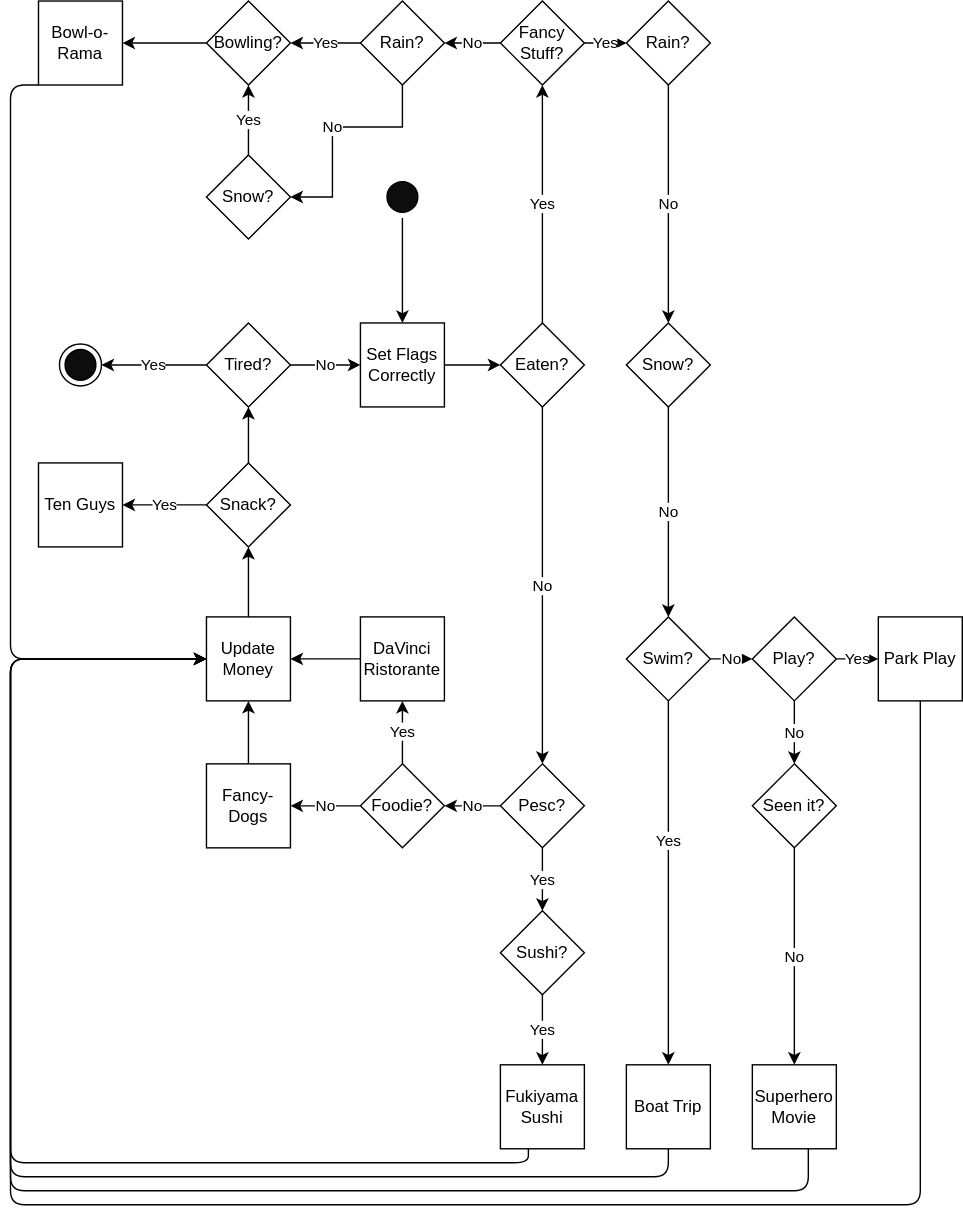
Earlier version of the draw.io export date-night-dilemma.drawio.svg (yewscion/yewscion). Source tidied: cells renumbered, new cells last; positions are measured from the earlier drawing's top-left corner, leaving out a move shared by most shapes.
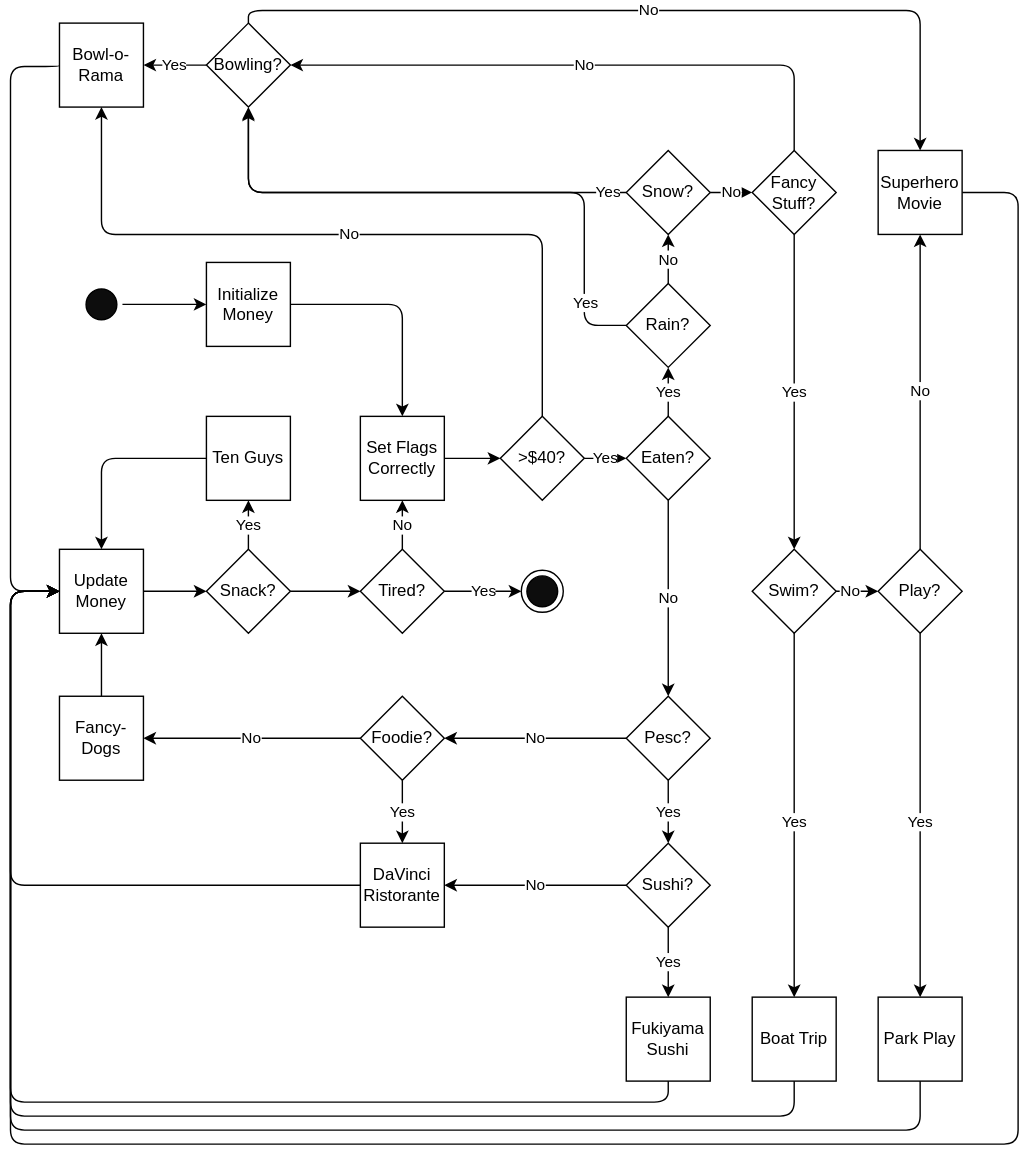
After the commit.

What changed in the source:
```diff
@@ -4,20 +4,26 @@
     <mxCell id="1" parent="0" />
-    <mxCell id="2" style="edgeStyle=orthogonalEdgeStyle;rounded=0;sketch=0;jettySize=auto;html=1;" parent="1" edge="1" source="3" target="44">
-      <mxGeometry relative="1" as="geometry" />
-    </mxCell>
+    <mxCell id="63" style="edgeStyle=orthogonalEdgeStyle;sketch=0;jettySize=auto;html=1;" parent="1" edge="1" source="3" target="80">
+      <mxGeometry relative="1" as="geometry" />
+    </mxCell>
     <mxCell id="3" style="ellipse;html=1;shape=startState;fillColor=#0D0D0D;rounded=0;" parent="1" vertex="1">
-      <mxGeometry x="265" y="125" width="30" height="30" as="geometry" />
+      <mxGeometry x="50" y="415" width="30" height="30" as="geometry" />
     </mxCell>
-    <mxCell id="4" style="edgeStyle=orthogonalEdgeStyle;sketch=0;jettySize=auto;html=1;" parent="1" edge="1" source="5" target="60">
-      <mxGeometry relative="1" as="geometry" />
+    <mxCell id="4" style="edgeStyle=orthogonalEdgeStyle;sketch=0;jettySize=auto;html=1;entryX=0;entryY=0.5;entryDx=0;entryDy=0;" parent="1" edge="1" source="5" target="60">
+      <mxGeometry relative="1" as="geometry">
+        <Array as="points">
+          <mxPoint y="845" />
+          <mxPoint y="635" />
+        </Array>
+      </mxGeometry>
     </mxCell>
     <mxCell id="5" value="&lt;div&gt;DaVinci&lt;/div&gt;&lt;div&gt;Ristorante&lt;br&gt;&lt;/div&gt;" style="rounded=0;whiteSpace=wrap;html=1;" parent="1" vertex="1">
-      <mxGeometry x="250" y="440" width="60" height="60" as="geometry" />
+      <mxGeometry x="250" y="815" width="60" height="60" as="geometry" />
     </mxCell>
-    <mxCell id="6" style="edgeStyle=orthogonalEdgeStyle;sketch=0;jettySize=auto;html=1;" parent="1" edge="1" source="7" target="60">
+    <mxCell id="6" style="edgeStyle=orthogonalEdgeStyle;sketch=0;jettySize=auto;html=1;exitX=1;exitY=0.5;exitDx=0;exitDy=0;" parent="1" edge="1" source="7" target="60">
       <mxGeometry relative="1" as="geometry">
         <Array as="points">
-          <mxPoint x="570" y="850" />
-          <mxPoint y="850" />
-          <mxPoint y="470" />
+          <mxPoint x="720" y="350" />
+          <mxPoint x="720" y="1030" />
+          <mxPoint y="1030" />
+          <mxPoint y="635" />
         </Array>
@@ -26,10 +32,10 @@
     <mxCell id="7" value="&lt;div&gt;Superhero&lt;/div&gt;&lt;div&gt;Movie&lt;br&gt;&lt;/div&gt;" style="rounded=0;whiteSpace=wrap;html=1;" parent="1" vertex="1">
-      <mxGeometry x="530" y="760" width="60" height="60" as="geometry" />
+      <mxGeometry x="620" y="320" width="60" height="60" as="geometry" />
     </mxCell>
-    <mxCell id="8" style="edgeStyle=orthogonalEdgeStyle;sketch=0;jettySize=auto;html=1;entryX=0;entryY=0.5;entryDx=0;entryDy=0;exitX=0.5;exitY=1;exitDx=0;exitDy=0;" parent="1" edge="1" source="9" target="60">
+    <mxCell id="8" style="edgeStyle=orthogonalEdgeStyle;sketch=0;jettySize=auto;html=1;exitX=0.5;exitY=1;exitDx=0;exitDy=0;entryX=0;entryY=0.5;entryDx=0;entryDy=0;" parent="1" edge="1" source="9" target="60">
       <mxGeometry relative="1" as="geometry">
         <Array as="points">
-          <mxPoint x="650" y="860" />
-          <mxPoint y="860" />
-          <mxPoint y="470" />
+          <mxPoint x="650" y="1020" />
+          <mxPoint y="1020" />
+          <mxPoint y="635" />
         </Array>
@@ -38,3 +44,3 @@
     <mxCell id="9" value="Park Play" style="rounded=0;whiteSpace=wrap;html=1;" parent="1" vertex="1">
-      <mxGeometry x="620" y="440" width="60" height="60" as="geometry" />
+      <mxGeometry x="620" y="925" width="60" height="60" as="geometry" />
     </mxCell>
@@ -43,5 +49,5 @@
         <Array as="points">
-          <mxPoint x="370" y="830" />
-          <mxPoint y="830" />
-          <mxPoint y="470" />
+          <mxPoint x="470" y="1000" />
+          <mxPoint y="1000" />
+          <mxPoint y="635" />
         </Array>
@@ -50,3 +56,3 @@
     <mxCell id="11" value="Fukiyama Sushi" style="rounded=0;whiteSpace=wrap;html=1;" parent="1" vertex="1">
-      <mxGeometry x="350" y="760" width="60" height="60" as="geometry" />
+      <mxGeometry x="440" y="925" width="60" height="60" as="geometry" />
     </mxCell>
@@ -55,5 +61,5 @@
         <Array as="points">
-          <mxPoint x="470" y="840" />
-          <mxPoint y="840" />
-          <mxPoint y="470" />
+          <mxPoint x="560" y="1010" />
+          <mxPoint y="1010" />
+          <mxPoint y="635" />
         </Array>
@@ -62,9 +68,10 @@
     <mxCell id="13" value="Boat Trip" style="rounded=0;whiteSpace=wrap;html=1;" parent="1" vertex="1">
-      <mxGeometry x="440" y="760" width="60" height="60" as="geometry" />
+      <mxGeometry x="530" y="925" width="60" height="60" as="geometry" />
     </mxCell>
-    <mxCell id="14" style="edgeStyle=orthogonalEdgeStyle;sketch=0;jettySize=auto;html=1;entryX=0;entryY=0.5;entryDx=0;entryDy=0;" parent="1" edge="1" source="15" target="60">
+    <mxCell id="14" style="edgeStyle=orthogonalEdgeStyle;sketch=0;jettySize=auto;html=1;entryX=0;entryY=0.5;entryDx=0;entryDy=0;exitX=0;exitY=0.5;exitDx=0;exitDy=0;" parent="1" edge="1" source="15" target="60">
       <mxGeometry relative="1" as="geometry">
         <Array as="points">
-          <mxPoint y="60" />
-          <mxPoint y="470" />
+          <mxPoint x="35" y="260" />
+          <mxPoint y="260" />
+          <mxPoint y="635" />
         </Array>
@@ -73,3 +80,3 @@
     <mxCell id="15" value="Bowl-o-Rama" style="rounded=0;whiteSpace=wrap;html=1;" parent="1" vertex="1">
-      <mxGeometry x="20" width="60" height="60" as="geometry" />
+      <mxGeometry x="35" y="229" width="60" height="60" as="geometry" />
     </mxCell>
@@ -79,6 +86,9 @@
     <mxCell id="17" value="Fancy-Dogs" style="rounded=0;whiteSpace=wrap;html=1;" parent="1" vertex="1">
-      <mxGeometry x="140" y="545" width="60" height="60" as="geometry" />
+      <mxGeometry x="35" y="710" width="60" height="60" as="geometry" />
     </mxCell>
+    <mxCell id="64" style="edgeStyle=orthogonalEdgeStyle;sketch=0;jettySize=auto;html=1;entryX=0.5;entryY=0;entryDx=0;entryDy=0;" parent="1" edge="1" source="18" target="60">
+      <mxGeometry relative="1" as="geometry" />
+    </mxCell>
     <mxCell id="18" value="Ten Guys" style="rounded=0;whiteSpace=wrap;html=1;" parent="1" vertex="1">
-      <mxGeometry x="20" y="330" width="60" height="60" as="geometry" />
+      <mxGeometry x="140" y="510" width="60" height="60" as="geometry" />
     </mxCell>
@@ -91,3 +101,3 @@
     <mxCell id="21" value="&lt;div&gt;Tired?&lt;br&gt;&lt;/div&gt;" style="rhombus;whiteSpace=wrap;html=1;rounded=0;" parent="1" vertex="1">
-      <mxGeometry x="140" y="230" width="60" height="60" as="geometry" />
+      <mxGeometry x="250" y="605" width="60" height="60" as="geometry" />
     </mxCell>
@@ -100,3 +110,3 @@
     <mxCell id="24" value="Pesc?" style="rhombus;whiteSpace=wrap;html=1;rounded=0;" parent="1" vertex="1">
-      <mxGeometry x="350" y="545" width="60" height="60" as="geometry" />
+      <mxGeometry x="440" y="710" width="60" height="60" as="geometry" />
     </mxCell>
@@ -105,4 +115,7 @@
     </mxCell>
+    <mxCell id="65" value="No" style="edgeStyle=orthogonalEdgeStyle;sketch=0;jettySize=auto;html=1;" parent="1" edge="1" source="26" target="5">
+      <mxGeometry relative="1" as="geometry" />
+    </mxCell>
     <mxCell id="26" value="Sushi?" style="rhombus;whiteSpace=wrap;html=1;rounded=0;" parent="1" vertex="1">
-      <mxGeometry x="350" y="650" width="60" height="60" as="geometry" />
+      <mxGeometry x="440" y="815" width="60" height="60" as="geometry" />
     </mxCell>
@@ -111,16 +124,26 @@
     </mxCell>
-    <mxCell id="28" value="Yes" style="edgeStyle=orthogonalEdgeStyle;sketch=0;jettySize=auto;html=1;" parent="1" edge="1" source="29" target="48">
-      <mxGeometry relative="1" as="geometry" />
-    </mxCell>
+    <mxCell id="66" value="Yes" style="edgeStyle=orthogonalEdgeStyle;sketch=0;jettySize=auto;html=1;" parent="1" edge="1" source="29" target="57">
+      <mxGeometry relative="1" as="geometry" />
+    </mxCell>
     <mxCell id="29" value="Eaten?" style="rhombus;whiteSpace=wrap;html=1;rounded=0;" parent="1" vertex="1">
-      <mxGeometry x="350" y="230" width="60" height="60" as="geometry" />
+      <mxGeometry x="440" y="510" width="60" height="60" as="geometry" />
     </mxCell>
-    <mxCell id="30" value="No" style="edgeStyle=orthogonalEdgeStyle;rounded=0;sketch=0;jettySize=auto;html=1;" parent="1" edge="1" source="58" target="7">
-      <mxGeometry relative="1" as="geometry" />
-    </mxCell>
-    <mxCell id="31" style="edgeStyle=orthogonalEdgeStyle;sketch=0;jettySize=auto;html=1;" parent="1" edge="1" source="32" target="15">
+    <mxCell id="31" value="Yes" style="edgeStyle=orthogonalEdgeStyle;sketch=0;jettySize=auto;html=1;" parent="1" edge="1" source="32" target="15">
       <mxGeometry relative="1" as="geometry" />
     </mxCell>
+    <mxCell id="67" value="&lt;div&gt;No&lt;/div&gt;" style="edgeStyle=orthogonalEdgeStyle;sketch=0;jettySize=auto;html=1;exitX=0.5;exitY=0;exitDx=0;exitDy=0;entryX=0.5;entryY=0;entryDx=0;entryDy=0;" parent="1" edge="1" source="32" target="7">
+      <mxGeometry relative="1" as="geometry">
+        <Array as="points">
+          <mxPoint x="170" y="220" />
+          <mxPoint x="650" y="220" />
+        </Array>
+      </mxGeometry>
+    </mxCell>
+    <mxCell id="68" style="edgeStyle=orthogonalEdgeStyle;sketch=0;jettySize=auto;html=1;exitX=0.5;exitY=1;exitDx=0;exitDy=0;" parent="1" edge="1" source="32">
+      <mxGeometry relative="1" as="geometry">
+        <mxPoint x="170" y="289" as="targetPoint" />
+      </mxGeometry>
+    </mxCell>
     <mxCell id="32" value="Bowling?" style="rhombus;whiteSpace=wrap;html=1;rounded=0;" parent="1" vertex="1">
-      <mxGeometry x="140" width="60" height="60" as="geometry" />
+      <mxGeometry x="140" y="229" width="60" height="60" as="geometry" />
     </mxCell>
@@ -136,8 +159,8 @@
     <mxCell id="36" value="Foodie?" style="rhombus;whiteSpace=wrap;html=1;rounded=0;" parent="1" vertex="1">
-      <mxGeometry x="250" y="545" width="60" height="60" as="geometry" />
+      <mxGeometry x="250" y="710" width="60" height="60" as="geometry" />
     </mxCell>
     <mxCell id="37" value="Yes" style="edgeStyle=orthogonalEdgeStyle;rounded=0;sketch=0;jettySize=auto;html=1;" parent="1" edge="1" source="39" target="9">
-      <mxGeometry relative="1" as="geometry" />
+      <mxGeometry x="0.04" relative="1" as="geometry" />
     </mxCell>
-    <mxCell id="38" value="No" style="edgeStyle=orthogonalEdgeStyle;rounded=0;sketch=0;jettySize=auto;html=1;" parent="1" edge="1" source="39" target="58">
+    <mxCell id="38" value="No" style="edgeStyle=orthogonalEdgeStyle;rounded=0;sketch=0;jettySize=auto;html=1;entryX=0.5;entryY=1;entryDx=0;entryDy=0;" parent="1" edge="1" source="39" target="7">
       <mxGeometry relative="1" as="geometry" />
@@ -145,58 +168,52 @@
     <mxCell id="39" value="Play?" style="rhombus;whiteSpace=wrap;html=1;rounded=0;" parent="1" vertex="1">
-      <mxGeometry x="530" y="440" width="60" height="60" as="geometry" />
+      <mxGeometry x="620" y="605" width="60" height="60" as="geometry" />
     </mxCell>
     <mxCell id="40" value="Yes" style="edgeStyle=orthogonalEdgeStyle;rounded=0;sketch=0;jettySize=auto;html=1;" parent="1" edge="1" target="13">
-      <mxGeometry relative="1" as="geometry">
-        <mxPoint x="470" y="440" as="sourcePoint" />
+      <mxGeometry x="0.22" relative="1" as="geometry">
+        <mxPoint x="560" y="605" as="sourcePoint" />
       </mxGeometry>
     </mxCell>
-    <mxCell id="41" value="&lt;div&gt;No&lt;/div&gt;" style="edgeStyle=orthogonalEdgeStyle;rounded=0;sketch=0;jettySize=auto;html=1;exitX=1;exitY=0.5;exitDx=0;exitDy=0;entryX=0;entryY=0.5;entryDx=0;entryDy=0;" parent="1" edge="1" source="42" target="39">
-      <mxGeometry relative="1" as="geometry" />
+    <mxCell id="41" value="No" style="edgeStyle=orthogonalEdgeStyle;sketch=0;jettySize=auto;html=1;" parent="1" edge="1" source="42" target="39">
+      <mxGeometry x="0.2" relative="1" as="geometry" />
     </mxCell>
     <mxCell id="42" value="Swim?" style="rhombus;whiteSpace=wrap;html=1;rounded=0;" parent="1" vertex="1">
-      <mxGeometry x="440" y="440" width="60" height="60" as="geometry" />
+      <mxGeometry x="530" y="605" width="60" height="60" as="geometry" />
     </mxCell>
-    <mxCell id="43" style="edgeStyle=orthogonalEdgeStyle;sketch=0;jettySize=auto;html=1;entryX=0;entryY=0.5;entryDx=0;entryDy=0;" parent="1" edge="1" source="44" target="29">
-      <mxGeometry relative="1" as="geometry" />
-    </mxCell>
+    <mxCell id="69" style="edgeStyle=orthogonalEdgeStyle;sketch=0;jettySize=auto;html=1;" parent="1" edge="1" source="44" target="78">
+      <mxGeometry relative="1" as="geometry" />
+    </mxCell>
     <mxCell id="44" value="Set Flags Correctly" style="rounded=0;whiteSpace=wrap;html=1;" parent="1" vertex="1">
-      <mxGeometry x="250" y="230" width="60" height="60" as="geometry" />
+      <mxGeometry x="250" y="510" width="60" height="60" as="geometry" />
     </mxCell>
     <mxCell id="45" style="ellipse;html=1;shape=endState;fillColor=#0D0D0D;rounded=0;" parent="1" vertex="1">
-      <mxGeometry x="35" y="245" width="30" height="30" as="geometry" />
+      <mxGeometry x="365" y="620" width="30" height="30" as="geometry" />
     </mxCell>
+    <mxCell id="70" value="Yes" style="edgeStyle=orthogonalEdgeStyle;sketch=0;jettySize=auto;html=1;entryX=0.5;entryY=0;entryDx=0;entryDy=0;" parent="1" edge="1" source="48" target="42">
+      <mxGeometry relative="1" as="geometry" />
+    </mxCell>
-    <mxCell id="46" value="No" style="edgeStyle=orthogonalEdgeStyle;sketch=0;jettySize=auto;html=1;entryX=1;entryY=0.5;entryDx=0;entryDy=0;" parent="1" edge="1" source="48" target="53">
-      <mxGeometry relative="1" as="geometry" />
+    <mxCell id="46" value="No" style="edgeStyle=orthogonalEdgeStyle;sketch=0;jettySize=auto;html=1;entryX=1;entryY=0.5;entryDx=0;entryDy=0;" parent="1" edge="1" source="48" target="32">
+      <mxGeometry relative="1" as="geometry">
+        <Array as="points">
+          <mxPoint x="560" y="259" />
+        </Array>
+      </mxGeometry>
     </mxCell>
-    <mxCell id="47" value="Yes" style="edgeStyle=orthogonalEdgeStyle;sketch=0;jettySize=auto;html=1;" parent="1" edge="1" source="48" target="57">
-      <mxGeometry relative="1" as="geometry" />
-    </mxCell>
     <mxCell id="48" value="&lt;div&gt;Fancy&lt;/div&gt;&lt;div&gt;Stuff?&lt;/div&gt;" style="rhombus;whiteSpace=wrap;html=1;rounded=0;" parent="1" vertex="1">
-      <mxGeometry x="350" width="60" height="60" as="geometry" />
+      <mxGeometry x="530" y="320" width="60" height="60" as="geometry" />
     </mxCell>
-    <mxCell id="49" value="Yes" style="edgeStyle=orthogonalEdgeStyle;rounded=0;sketch=0;jettySize=auto;html=1;entryX=0.5;entryY=1;entryDx=0;entryDy=0;exitX=0.5;exitY=0;exitDx=0;exitDy=0;" parent="1" edge="1" source="50" target="32">
-      <mxGeometry relative="1" as="geometry" />
-    </mxCell>
-    <mxCell id="50" value="Snow?" style="rhombus;whiteSpace=wrap;html=1;rounded=0;" parent="1" vertex="1">
-      <mxGeometry x="140" y="110" width="60" height="60" as="geometry" />
-    </mxCell>
-    <mxCell id="51" value="No" style="edgeStyle=orthogonalEdgeStyle;rounded=0;sketch=0;jettySize=auto;html=1;entryX=1;entryY=0.5;entryDx=0;entryDy=0;exitX=0.5;exitY=1;exitDx=0;exitDy=0;" parent="1" edge="1" source="53" target="50">
-      <mxGeometry relative="1" as="geometry">
-        <Array as="points">
-          <mxPoint x="230" y="90" />
-          <mxPoint x="230" y="140" />
-        </Array>
-      </mxGeometry>
-    </mxCell>
-    <mxCell id="52" value="Yes" style="edgeStyle=orthogonalEdgeStyle;rounded=0;sketch=0;jettySize=auto;html=1;entryX=1;entryY=0.5;entryDx=0;entryDy=0;exitX=0;exitY=0.5;exitDx=0;exitDy=0;" parent="1" edge="1" source="53" target="32">
-      <mxGeometry relative="1" as="geometry" />
-    </mxCell>
-    <mxCell id="53" value="Rain?" style="rhombus;whiteSpace=wrap;html=1;rounded=0;" parent="1" vertex="1">
-      <mxGeometry x="250" width="60" height="60" as="geometry" />
-    </mxCell>
-    <mxCell id="54" value="No" style="edgeStyle=orthogonalEdgeStyle;rounded=0;sketch=0;jettySize=auto;html=1;" parent="1" edge="1" source="55" target="42">
-      <mxGeometry relative="1" as="geometry" />
-    </mxCell>
+    <mxCell id="71" value="No" style="edgeStyle=orthogonalEdgeStyle;sketch=0;jettySize=auto;html=1;" parent="1" edge="1" source="55" target="48">
+      <mxGeometry relative="1" as="geometry" />
+    </mxCell>
+    <mxCell id="72" style="edgeStyle=orthogonalEdgeStyle;sketch=0;jettySize=auto;html=1;" parent="1" edge="1" source="55">
+      <mxGeometry relative="1" as="geometry">
+        <mxPoint x="170" y="290" as="targetPoint" />
+      </mxGeometry>
+    </mxCell>
+    <mxCell id="73" value="Yes" style="edgeLabel;html=1;align=center;verticalAlign=middle;" parent="72" vertex="1">
+      <mxGeometry x="-0.85" y="-3" relative="1" as="geometry">
+        <mxPoint x="10" y="2" as="offset" />
+      </mxGeometry>
+    </mxCell>
     <mxCell id="55" value="Snow?" style="rhombus;whiteSpace=wrap;html=1;rounded=0;" parent="1" vertex="1">
-      <mxGeometry x="440" y="230" width="60" height="60" as="geometry" />
+      <mxGeometry x="440" y="320" width="60" height="60" as="geometry" />
     </mxCell>
@@ -205,8 +222,17 @@
     </mxCell>
+    <mxCell id="74" style="edgeStyle=orthogonalEdgeStyle;sketch=0;jettySize=auto;html=1;entryX=0.5;entryY=1;entryDx=0;entryDy=0;exitX=0;exitY=0.5;exitDx=0;exitDy=0;" parent="1" edge="1" source="57" target="32">
+      <mxGeometry relative="1" as="geometry">
+        <Array as="points">
+          <mxPoint x="410" y="445" />
+          <mxPoint x="410" y="350" />
+          <mxPoint x="170" y="350" />
+        </Array>
+      </mxGeometry>
+    </mxCell>
+    <mxCell id="75" value="Yes" style="edgeLabel;html=1;align=center;verticalAlign=middle;" parent="74" vertex="1">
+      <mxGeometry x="-0.78" relative="1" as="geometry" />
+    </mxCell>
     <mxCell id="57" value="Rain?" style="rhombus;whiteSpace=wrap;html=1;rounded=0;" parent="1" vertex="1">
-      <mxGeometry x="440" width="60" height="60" as="geometry" />
+      <mxGeometry x="440" y="415" width="60" height="60" as="geometry" />
     </mxCell>
-    <mxCell id="58" value="Seen it?" style="rhombus;whiteSpace=wrap;html=1;rounded=0;" parent="1" vertex="1">
-      <mxGeometry x="530" y="545" width="60" height="60" as="geometry" />
-    </mxCell>
     <mxCell id="59" style="edgeStyle=orthogonalEdgeStyle;sketch=0;jettySize=auto;html=1;" parent="1" edge="1" source="60" target="62">
@@ -215,5 +241,5 @@
     <mxCell id="60" value="Update Money" style="rounded=0;whiteSpace=wrap;html=1;" parent="1" vertex="1">
-      <mxGeometry x="140" y="440" width="60" height="60" as="geometry" />
+      <mxGeometry x="35" y="605" width="60" height="60" as="geometry" />
     </mxCell>
-    <mxCell id="61" style="edgeStyle=orthogonalEdgeStyle;sketch=0;jettySize=auto;html=1;" parent="1" edge="1" source="62" target="21">
+    <mxCell id="61" style="edgeStyle=orthogonalEdgeStyle;sketch=0;jettySize=auto;html=1;exitX=1;exitY=0.5;exitDx=0;exitDy=0;" parent="1" edge="1" source="62" target="21">
       <mxGeometry relative="1" as="geometry" />
@@ -221,4 +247,24 @@
     <mxCell id="62" value="Snack?" style="rhombus;whiteSpace=wrap;html=1;rounded=0;" parent="1" vertex="1">
-      <mxGeometry x="140" y="330" width="60" height="60" as="geometry" />
+      <mxGeometry x="140" y="605" width="60" height="60" as="geometry" />
     </mxCell>
+    <mxCell id="76" value="Yes" style="edgeStyle=orthogonalEdgeStyle;sketch=0;jettySize=auto;html=1;" parent="1" edge="1" source="78" target="29">
+      <mxGeometry relative="1" as="geometry" />
+    </mxCell>
+    <mxCell id="77" value="No" style="edgeStyle=orthogonalEdgeStyle;sketch=0;jettySize=auto;html=1;entryX=0.5;entryY=1;entryDx=0;entryDy=0;" parent="1" edge="1" source="78" target="15">
+      <mxGeometry relative="1" as="geometry">
+        <Array as="points">
+          <mxPoint x="380" y="380" />
+          <mxPoint x="65" y="380" />
+        </Array>
+      </mxGeometry>
+    </mxCell>
+    <mxCell id="78" value="&amp;gt;$40?" style="rhombus;whiteSpace=wrap;html=1;rounded=0;" parent="1" vertex="1">
+      <mxGeometry x="350" y="510" width="60" height="60" as="geometry" />
+    </mxCell>
+    <mxCell id="79" style="edgeStyle=orthogonalEdgeStyle;sketch=0;jettySize=auto;html=1;entryX=0.5;entryY=0;entryDx=0;entryDy=0;" parent="1" edge="1" source="80" target="44">
+      <mxGeometry relative="1" as="geometry" />
+    </mxCell>
+    <mxCell id="80" value="Initialize Money" style="rounded=0;whiteSpace=wrap;html=1;" parent="1" vertex="1">
+      <mxGeometry x="140" y="400" width="60" height="60" as="geometry" />
+    </mxCell>
   </root>
```
